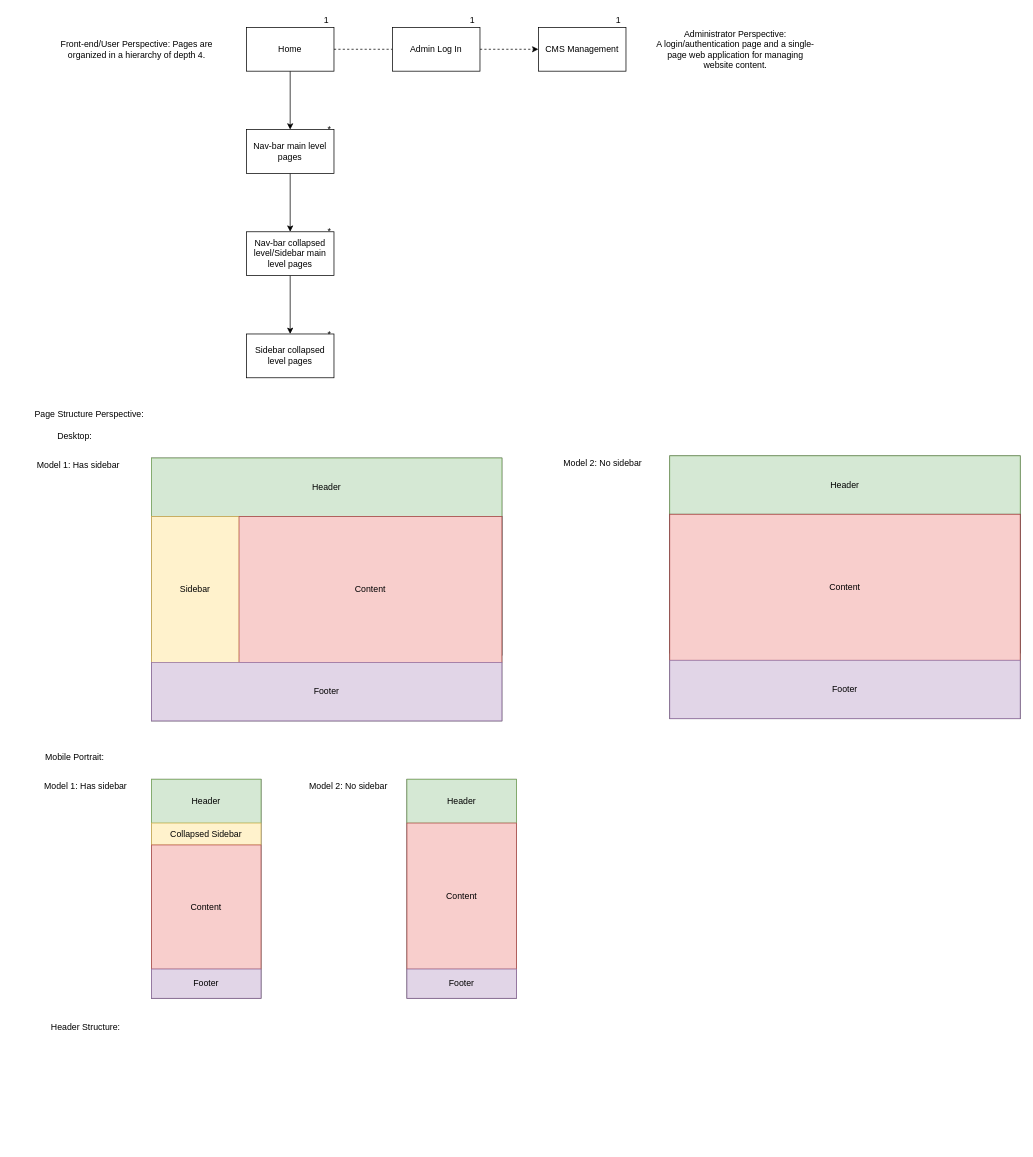
Before: Untitled Diagram.drawio in rickyychen/McGillWebsite, a draw.io diagram. Source tidied: cells renumbered, new cells numbered last; positions are measured from the earlier drawing's top-left corner, leaving out a move shared by most shapes. Both pictures are drawn from the tidied source at 73%, with x=0, y=0 at pixel (12, 12).
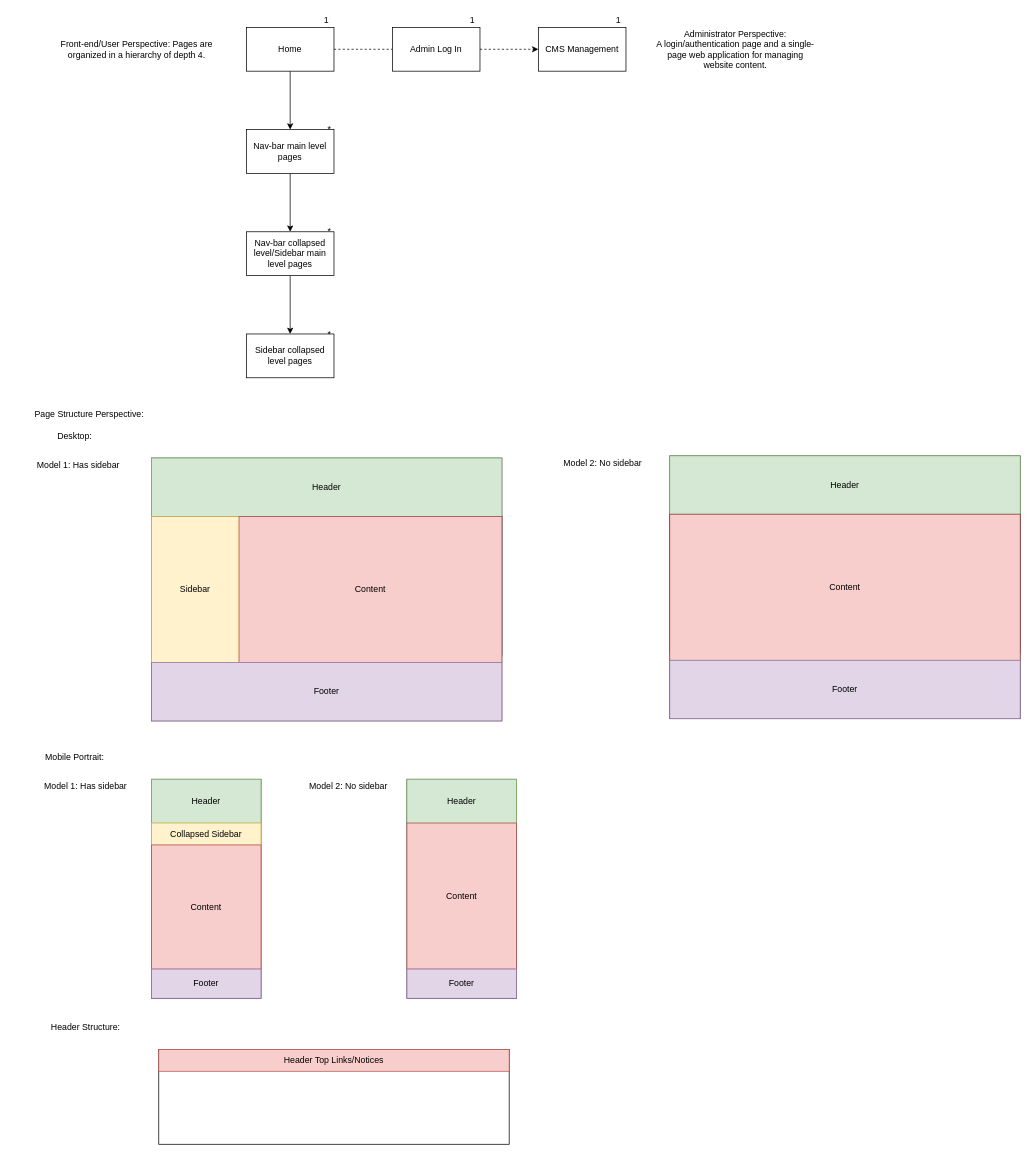
Above is the later version.

The edit, as a diff of the source:
```diff
@@
+    <mxCell id="53" style="rounded=0;whiteSpace=wrap;html=1;" parent="1" vertex="1">
+      <mxGeometry x="200" y="1420" width="480" height="130" as="geometry" />
+    </mxCell>
+    <mxCell id="54" value="Header Top Links/Notices" style="rounded=0;whiteSpace=wrap;html=1;fillColor=#f8cecc;strokeColor=#b85450;" parent="1" vertex="1">
+      <mxGeometry x="200" y="1420" width="480" height="30" as="geometry" />
+    </mxCell>
```
